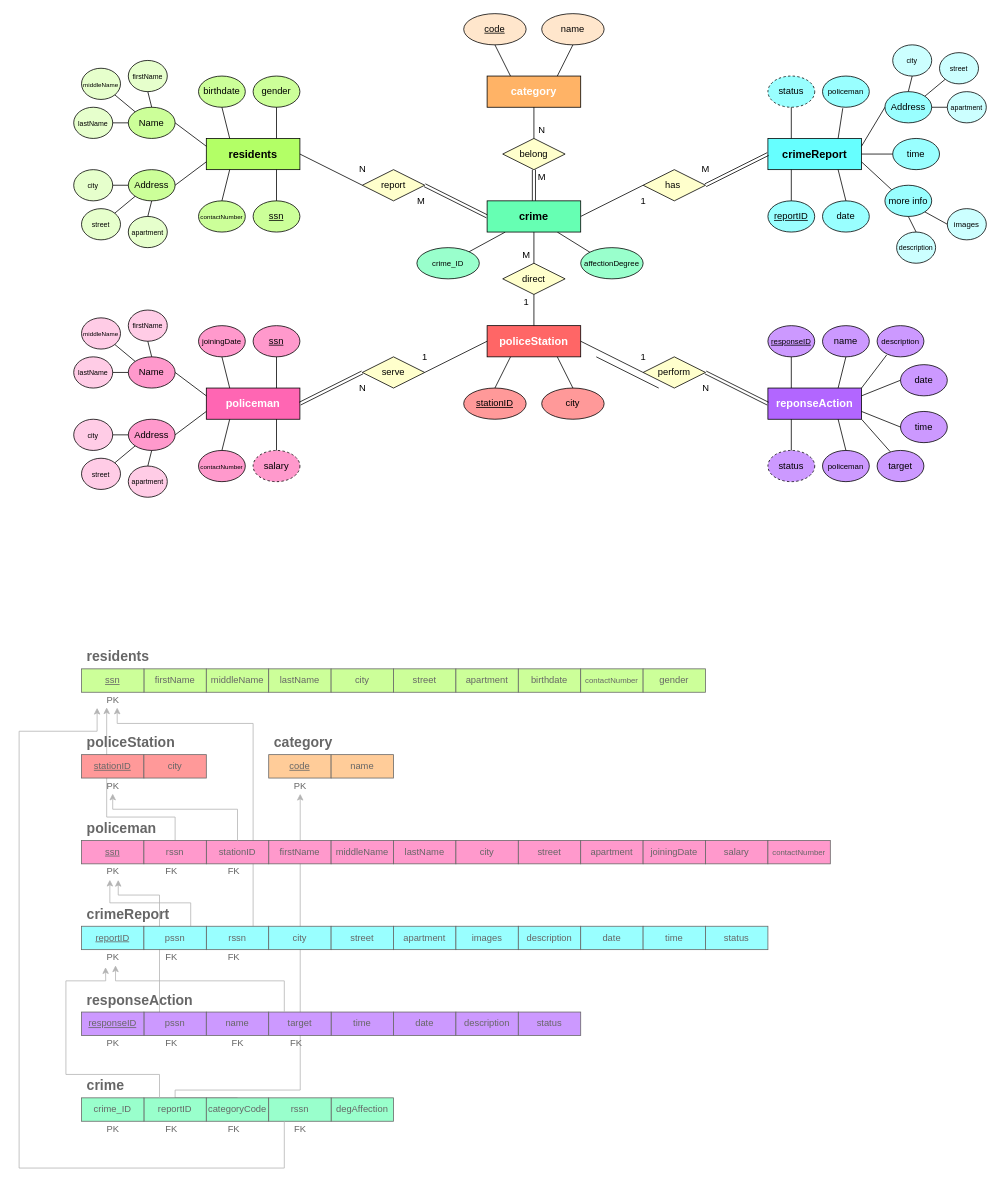
The draw.io diagram Main/ER-Final.drawio in amr-hammoud/crime-reporting-system, before the edit. Source tidied: cells renumbered, new cells numbered last; positions are measured from the earlier drawing's top-left corner, leaving out a move shared by most shapes. Both pictures are drawn from the tidied source at 78%, with x=0, y=0 at pixel (19, 13).
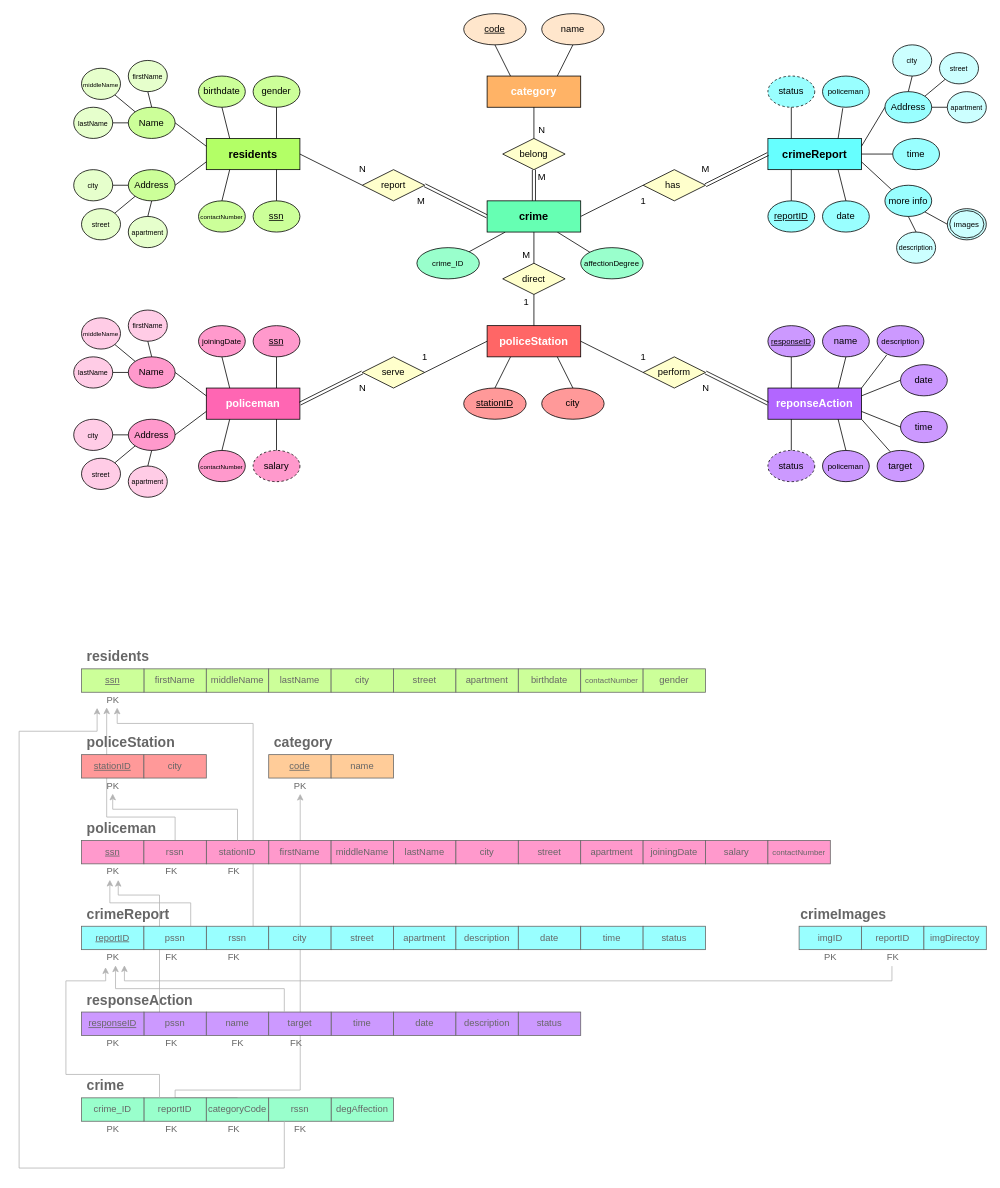
Above is the later version.

The change refers to these unchanged cells:
```xml
<mxCell id="178" value="&lt;font style=&quot;font-size: 12px&quot;&gt;target&lt;/font&gt;" style="whiteSpace=wrap;html=1;align=center;fillColor=#CC99FF;fontColor=#666666;strokeColor=#666666;" parent="1" vertex="1">
  <mxGeometry x="320" y="1280" width="80" height="30" as="geometry" />
</mxCell>
<mxCell id="194" value="PK" style="text;html=1;align=center;verticalAlign=middle;points=[];strokeColor=none;fillColor=none;fontColor=#666666;" parent="1" vertex="1">
  <mxGeometry x="105" y="1200" width="30" height="20" as="geometry" />
</mxCell>
```

Diff of the diagram source:
```diff
@@
-    <mxCell id="163" value="images" style="whiteSpace=wrap;html=1;align=center;fillColor=#99FFFF;fontColor=#666666;strokeColor=#666666;" parent="1" vertex="1">
-      <mxGeometry x="560" y="1170" width="80" height="30" as="geometry" />
-    </mxCell>
     <mxCell id="164" value="description" style="whiteSpace=wrap;html=1;align=center;fillColor=#99FFFF;fontColor=#666666;strokeColor=#666666;" parent="1" vertex="1">
-      <mxGeometry x="640" y="1170" width="80" height="30" as="geometry" />
+      <mxGeometry x="560" y="1170" width="80" height="30" as="geometry" />
     </mxCell>
@@
     <mxCell id="170" value="date" style="whiteSpace=wrap;html=1;align=center;fillColor=#99FFFF;fontColor=#666666;strokeColor=#666666;" parent="1" vertex="1">
-      <mxGeometry x="720" y="1170" width="80" height="30" as="geometry" />
+      <mxGeometry x="640" y="1170" width="80" height="30" as="geometry" />
     </mxCell>
     <mxCell id="171" value="time" style="whiteSpace=wrap;html=1;align=center;fillColor=#99FFFF;fontColor=#666666;strokeColor=#666666;" parent="1" vertex="1">
-      <mxGeometry x="800" y="1170" width="80" height="30" as="geometry" />
+      <mxGeometry x="720" y="1170" width="80" height="30" as="geometry" />
     </mxCell>
@@
     <mxCell id="202" value="&lt;font style=&quot;font-size: 12px&quot;&gt;status&lt;/font&gt;" style="whiteSpace=wrap;html=1;align=center;fillColor=#99FFFF;fontColor=#666666;strokeColor=#666666;" parent="1" vertex="1">
-      <mxGeometry x="880" y="1170" width="80" height="30" as="geometry" />
+      <mxGeometry x="800" y="1170" width="80" height="30" as="geometry" />
     </mxCell>
@@
     <mxCell id="207" style="edgeStyle=elbowEdgeStyle;elbow=vertical;endArrow=classic;html=1;rounded=0;fontColor=#666666;entryX=0.62;entryY=1.01;entryDx=0;entryDy=0;entryPerimeter=0;strokeColor=#B3B3B3;exitX=0.25;exitY=0;exitDx=0;exitDy=0;" parent="1" edge="1" source="178" target="194">
       <mxGeometry relative="1" as="geometry">
         <Array as="points">
+          <mxPoint x="250" y="1250" />
           <mxPoint x="150" y="1240" />
           <mxPoint x="240" y="1250" />
         </Array>
       </mxGeometry>
     </mxCell>
@@
-    <mxCell id="219" style="endArrow=none;html=1;entryX=0;entryY=0.5;entryDx=0;entryDy=0;exitX=1;exitY=0.5;exitDx=0;exitDy=0;" parent="1" edge="1">
-      <mxGeometry relative="1" as="geometry">
-        <mxPoint x="740" y="440" as="sourcePoint" />
-        <mxPoint x="820" y="480" as="targetPoint" />
-      </mxGeometry>
-    </mxCell>
@@
+    <mxCell id="223" style="ellipse;whiteSpace=wrap;html=1;align=center;fillColor=none;" parent="1" vertex="1">
+      <mxGeometry x="1193.1" y="252.5" width="43.8" height="35" as="geometry" />
+    </mxCell>
+    <mxCell id="224" value="reportID" style="whiteSpace=wrap;html=1;align=center;fillColor=#99FFFF;fontColor=#666666;strokeColor=#666666;" parent="1" vertex="1">
+      <mxGeometry x="1080" y="1170" width="80" height="30" as="geometry" />
+    </mxCell>
+    <mxCell id="225" value="imgID" style="whiteSpace=wrap;html=1;align=center;fillColor=#99FFFF;fontColor=#666666;strokeColor=#666666;" parent="1" vertex="1">
+      <mxGeometry x="1000" y="1170" width="80" height="30" as="geometry" />
+    </mxCell>
+    <mxCell id="226" value="&lt;h2&gt;crimeImages&lt;/h2&gt;" style="text;html=1;align=left;verticalAlign=middle;strokeColor=none;fillColor=none;fontColor=#666666;" parent="1" vertex="1">
+      <mxGeometry x="1000" y="1130" width="130" height="50" as="geometry" />
+    </mxCell>
+    <mxCell id="227" value="PK" style="text;html=1;align=center;verticalAlign=middle;strokeColor=none;fillColor=none;fontColor=#666666;" parent="1" vertex="1">
+      <mxGeometry x="1025" y="1200" width="30" height="20" as="geometry" />
+    </mxCell>
+    <mxCell id="228" value="FK" style="text;html=1;align=center;verticalAlign=middle;points=[];strokeColor=none;fillColor=none;fontColor=#666666;" parent="1" vertex="1">
+      <mxGeometry x="1105" y="1200" width="30" height="20" as="geometry" />
+    </mxCell>
+    <mxCell id="229" value="imgDirectoy" style="whiteSpace=wrap;html=1;align=center;fillColor=#99FFFF;fontColor=#666666;strokeColor=#666666;" parent="1" vertex="1">
+      <mxGeometry x="1160" y="1170" width="80" height="30" as="geometry" />
+    </mxCell>
+    <mxCell id="230" style="edgeStyle=elbowEdgeStyle;elbow=vertical;endArrow=classic;html=1;rounded=0;fontColor=#666666;strokeColor=#B3B3B3;exitX=0.467;exitY=1.057;exitDx=0;exitDy=0;exitPerimeter=0;" parent="1" edge="1" source="228">
+      <mxGeometry relative="1" as="geometry">
+        <mxPoint x="135" y="1220" as="targetPoint" />
+        <Array as="points">
+          <mxPoint x="210" y="1240" />
+          <mxPoint x="161.4" y="1229.8" />
+          <mxPoint x="251.4" y="1239.8" />
+        </Array>
+      </mxGeometry>
+    </mxCell>
```
